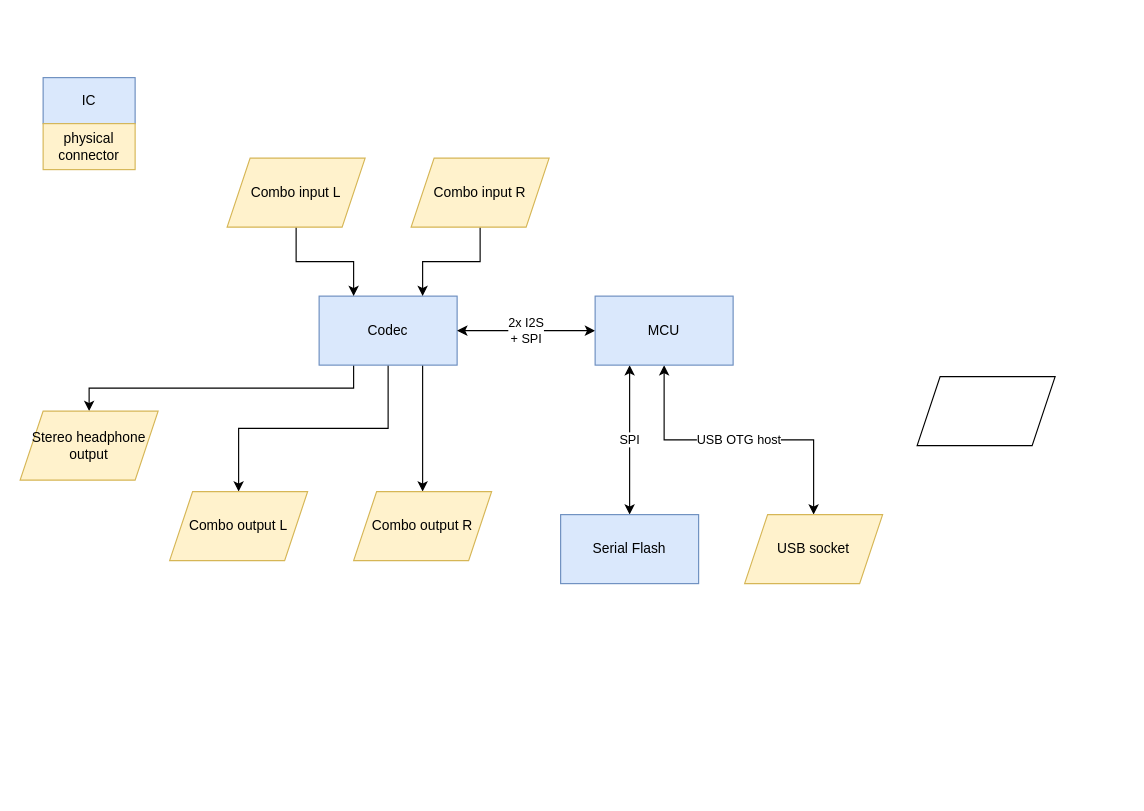
giacomo-ascari/busy-toad keeps this draw.io diagram as system.drawio. Above is the earlier version. Source tidied: cells renumbered, new cells numbered last; positions are measured from the earlier drawing's top-left corner, leaving out a move shared by most shapes. Both pictures are drawn from the tidied source at 115%, with x=0, y=0 at pixel (20, 77).
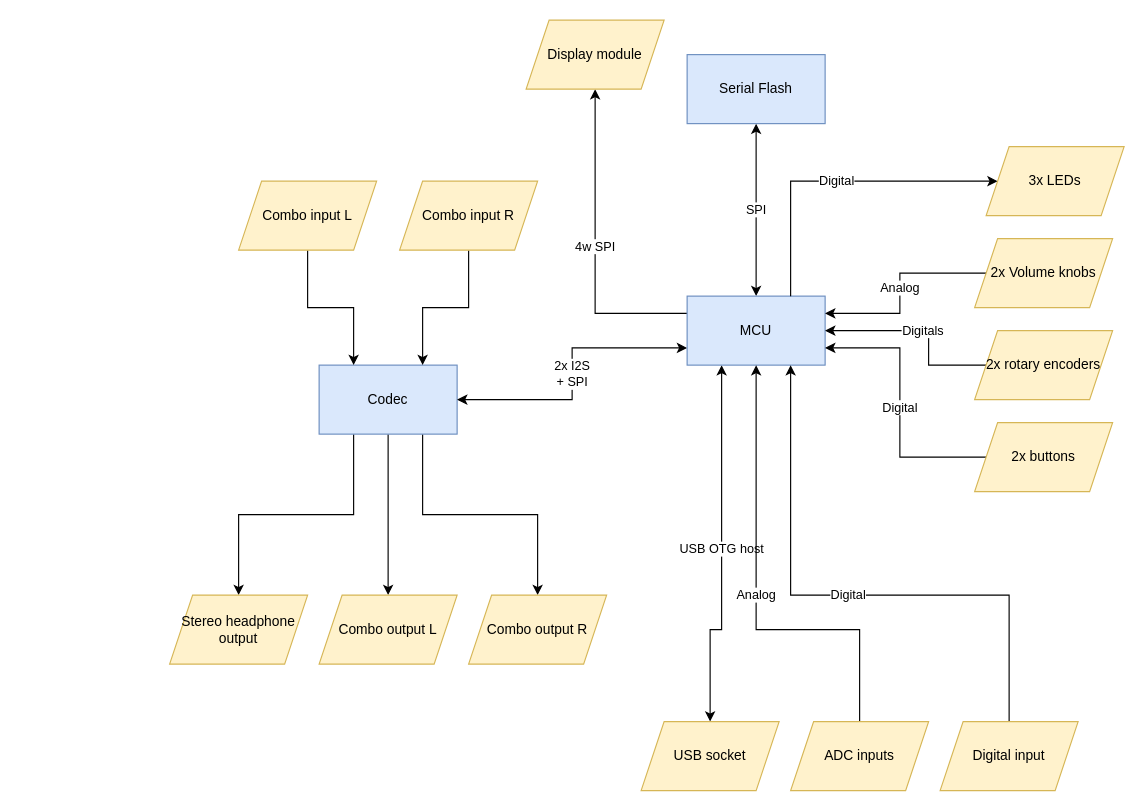
After the change.

Change to the diagram source:
```diff
@@
     <mxCell id="5" value="Codec" style="rounded=0;whiteSpace=wrap;html=1;fillColor=#dae8fc;strokeColor=#6c8ebf;" parent="1" vertex="1">
-      <mxGeometry x="260" y="190" width="120" height="60" as="geometry" />
+      <mxGeometry x="260" y="250" width="120" height="60" as="geometry" />
     </mxCell>
-    <mxCell id="6" value="2x I2S&lt;div&gt;+ SPI&lt;/div&gt;" style="edgeStyle=orthogonalEdgeStyle;rounded=0;jettySize=auto;html=1;exitX=0;exitY=0.5;exitDx=0;exitDy=0;entryX=1;entryY=0.5;entryDx=0;entryDy=0;startArrow=classic;startFill=1;" parent="1" edge="1" source="9" target="5">
+    <mxCell id="6" value="2x I2S&lt;div&gt;+ SPI&lt;/div&gt;" style="edgeStyle=orthogonalEdgeStyle;rounded=0;jettySize=auto;html=1;exitX=0;exitY=0.75;exitDx=0;exitDy=0;entryX=1;entryY=0.5;entryDx=0;entryDy=0;startArrow=classic;startFill=1;" parent="1" edge="1" source="9" target="5">
       <mxGeometry relative="1" as="geometry" />
     </mxCell>
-    <mxCell id="7" value="SPI" style="edgeStyle=orthogonalEdgeStyle;rounded=0;jettySize=auto;html=1;exitX=0.25;exitY=1;exitDx=0;exitDy=0;entryX=0.5;entryY=0;entryDx=0;entryDy=0;startArrow=classic;startFill=1;" parent="1" edge="1" source="9" target="10">
+    <mxCell id="7" value="SPI" style="edgeStyle=orthogonalEdgeStyle;rounded=0;jettySize=auto;html=1;entryX=0.5;entryY=1;entryDx=0;entryDy=0;startArrow=classic;startFill=1;exitX=0.5;exitY=0;exitDx=0;exitDy=0;" parent="1" edge="1" source="9" target="10">
       <mxGeometry relative="1" as="geometry" />
     </mxCell>
-    <mxCell id="8" value="USB OTG host" style="edgeStyle=orthogonalEdgeStyle;rounded=0;jettySize=auto;html=1;exitX=0.5;exitY=1;exitDx=0;exitDy=0;entryX=0.5;entryY=0;entryDx=0;entryDy=0;startArrow=classic;startFill=1;" parent="1" edge="1" source="9" target="18">
-      <mxGeometry relative="1" as="geometry" />
+    <mxCell id="8" value="USB OTG host" style="edgeStyle=orthogonalEdgeStyle;rounded=0;jettySize=auto;html=1;exitX=0.25;exitY=1;exitDx=0;exitDy=0;entryX=0.5;entryY=0;entryDx=0;entryDy=0;startArrow=classic;startFill=1;" parent="1" edge="1" source="9" target="18">
+      <mxGeometry relative="1" as="geometry">
+        <Array as="points">
+          <mxPoint x="610" y="480" />
+          <mxPoint x="600" y="480" />
+        </Array>
+      </mxGeometry>
     </mxCell>
+    <mxCell id="22" value="4w SPI" style="edgeStyle=orthogonalEdgeStyle;rounded=0;jettySize=auto;html=1;exitX=0;exitY=0.25;exitDx=0;exitDy=0;entryX=0.5;entryY=1;entryDx=0;entryDy=0;" parent="1" edge="1" source="9" target="24">
+      <mxGeometry relative="1" as="geometry" />
+    </mxCell>
     <mxCell id="9" value="MCU" style="rounded=0;whiteSpace=wrap;html=1;fillColor=#dae8fc;strokeColor=#6c8ebf;" parent="1" vertex="1">
-      <mxGeometry x="500" y="190" width="120" height="60" as="geometry" />
+      <mxGeometry x="580" y="190" width="120" height="60" as="geometry" />
     </mxCell>
     <mxCell id="10" value="Serial Flash" style="rounded=0;whiteSpace=wrap;html=1;fillColor=#dae8fc;strokeColor=#6c8ebf;" parent="1" vertex="1">
-      <mxGeometry x="470" y="380" width="120" height="60" as="geometry" />
+      <mxGeometry x="580" y="-20" width="120" height="60" as="geometry" />
     </mxCell>
@@
     <mxCell id="12" value="Combo input R" style="shape=parallelogram;perimeter=parallelogramPerimeter;whiteSpace=wrap;html=1;fixedSize=1;fillColor=#fff2cc;strokeColor=#d6b656;" parent="1" vertex="1">
-      <mxGeometry x="340" y="70" width="120" height="60" as="geometry" />
+      <mxGeometry x="330" y="90" width="120" height="60" as="geometry" />
     </mxCell>
@@
     <mxCell id="14" value="Combo input L" style="shape=parallelogram;perimeter=parallelogramPerimeter;whiteSpace=wrap;html=1;fixedSize=1;fillColor=#fff2cc;strokeColor=#d6b656;" parent="1" vertex="1">
-      <mxGeometry x="180" y="70" width="120" height="60" as="geometry" />
+      <mxGeometry x="190" y="90" width="120" height="60" as="geometry" />
     </mxCell>
     <mxCell id="15" value="Combo output L" style="shape=parallelogram;perimeter=parallelogramPerimeter;whiteSpace=wrap;html=1;fixedSize=1;fillColor=#fff2cc;strokeColor=#d6b656;" parent="1" vertex="1">
-      <mxGeometry x="130" y="360" width="120" height="60" as="geometry" />
+      <mxGeometry x="260" y="450" width="120" height="60" as="geometry" />
     </mxCell>
     <mxCell id="16" value="Combo output R" style="shape=parallelogram;perimeter=parallelogramPerimeter;whiteSpace=wrap;html=1;fixedSize=1;fillColor=#fff2cc;strokeColor=#d6b656;" parent="1" vertex="1">
-      <mxGeometry x="290" y="360" width="120" height="60" as="geometry" />
+      <mxGeometry x="390" y="450" width="120" height="60" as="geometry" />
     </mxCell>
     <mxCell id="17" value="Stereo headphone output" style="shape=parallelogram;perimeter=parallelogramPerimeter;whiteSpace=wrap;html=1;fixedSize=1;fillColor=#fff2cc;strokeColor=#d6b656;" parent="1" vertex="1">
-      <mxGeometry y="290" width="120" height="60" as="geometry" />
+      <mxGeometry x="130" y="450" width="120" height="60" as="geometry" />
     </mxCell>
     <mxCell id="18" value="USB socket" style="shape=parallelogram;perimeter=parallelogramPerimeter;whiteSpace=wrap;html=1;fixedSize=1;fillColor=#fff2cc;strokeColor=#d6b656;" parent="1" vertex="1">
-      <mxGeometry x="630" y="380" width="120" height="60" as="geometry" />
+      <mxGeometry x="540" y="560" width="120" height="60" as="geometry" />
     </mxCell>
+    <mxCell id="23" value="Analog" style="edgeStyle=orthogonalEdgeStyle;rounded=0;jettySize=auto;html=1;exitX=0.5;exitY=0;exitDx=0;exitDy=0;entryX=0.5;entryY=1;entryDx=0;entryDy=0;" parent="1" edge="1" source="19" target="9">
+      <mxGeometry relative="1" as="geometry">
+        <Array as="points">
+          <mxPoint x="730" y="480" />
+          <mxPoint x="640" y="480" />
+        </Array>
+      </mxGeometry>
+    </mxCell>
-    <mxCell id="19" style="shape=parallelogram;perimeter=parallelogramPerimeter;whiteSpace=wrap;html=1;fixedSize=1;" parent="1" vertex="1">
-      <mxGeometry x="780" y="260" width="120" height="60" as="geometry" />
+    <mxCell id="19" value="ADC inputs" style="shape=parallelogram;perimeter=parallelogramPerimeter;whiteSpace=wrap;html=1;fixedSize=1;fillColor=#fff2cc;strokeColor=#d6b656;" parent="1" vertex="1">
+      <mxGeometry x="670" y="560" width="120" height="60" as="geometry" />
     </mxCell>
-    <mxCell id="20" value="IC" style="rounded=0;whiteSpace=wrap;html=1;fillColor=#dae8fc;strokeColor=#6c8ebf;" parent="1" vertex="1">
-      <mxGeometry x="20" width="80" height="40" as="geometry" />
-    </mxCell>
-    <mxCell id="21" value="physical connector" style="rounded=0;whiteSpace=wrap;html=1;fillColor=#fff2cc;strokeColor=#d6b656;" parent="1" vertex="1">
-      <mxGeometry x="20" y="40" width="80" height="40" as="geometry" />
-    </mxCell>
+    <mxCell id="24" value="Display module" style="shape=parallelogram;perimeter=parallelogramPerimeter;whiteSpace=wrap;html=1;fixedSize=1;fillColor=#fff2cc;strokeColor=#d6b656;" parent="1" vertex="1">
+      <mxGeometry x="440" y="-50" width="120" height="60" as="geometry" />
+    </mxCell>
+    <mxCell id="25" value="Digital" style="edgeStyle=orthogonalEdgeStyle;rounded=0;jettySize=auto;html=1;exitX=0;exitY=0.5;exitDx=0;exitDy=0;entryX=0.75;entryY=0;entryDx=0;entryDy=0;startArrow=classic;startFill=1;endArrow=none;endFill=0;" parent="1" edge="1" source="26" target="9">
+      <mxGeometry relative="1" as="geometry" />
+    </mxCell>
+    <mxCell id="26" value="3x LEDs" style="shape=parallelogram;perimeter=parallelogramPerimeter;whiteSpace=wrap;html=1;fixedSize=1;fillColor=#fff2cc;strokeColor=#d6b656;" parent="1" vertex="1">
+      <mxGeometry x="840" y="60" width="120" height="60" as="geometry" />
+    </mxCell>
+    <mxCell id="27" value="Digital" style="edgeStyle=orthogonalEdgeStyle;rounded=0;jettySize=auto;html=1;exitX=0.5;exitY=0;exitDx=0;exitDy=0;entryX=0.75;entryY=1;entryDx=0;entryDy=0;" parent="1" edge="1" source="28" target="9">
+      <mxGeometry relative="1" as="geometry">
+        <Array as="points">
+          <mxPoint x="860" y="450" />
+          <mxPoint x="670" y="450" />
+        </Array>
+      </mxGeometry>
+    </mxCell>
+    <mxCell id="28" value="Digital input" style="shape=parallelogram;perimeter=parallelogramPerimeter;whiteSpace=wrap;html=1;fixedSize=1;fillColor=#fff2cc;strokeColor=#d6b656;" parent="1" vertex="1">
+      <mxGeometry x="800" y="560" width="120" height="60" as="geometry" />
+    </mxCell>
+    <mxCell id="29" value="Analog" style="edgeStyle=orthogonalEdgeStyle;rounded=0;jettySize=auto;html=1;exitX=0;exitY=0.5;exitDx=0;exitDy=0;entryX=1;entryY=0.25;entryDx=0;entryDy=0;" parent="1" edge="1" source="30" target="9">
+      <mxGeometry relative="1" as="geometry" />
+    </mxCell>
+    <mxCell id="30" value="2x Volume knobs" style="shape=parallelogram;perimeter=parallelogramPerimeter;whiteSpace=wrap;html=1;fixedSize=1;fillColor=#fff2cc;strokeColor=#d6b656;" parent="1" vertex="1">
+      <mxGeometry x="830" y="140" width="120" height="60" as="geometry" />
+    </mxCell>
+    <mxCell id="31" value="Digitals" style="edgeStyle=orthogonalEdgeStyle;rounded=0;jettySize=auto;html=1;exitX=0;exitY=0.5;exitDx=0;exitDy=0;entryX=1;entryY=0.5;entryDx=0;entryDy=0;" parent="1" edge="1" source="32" target="9">
+      <mxGeometry relative="1" as="geometry">
+        <Array as="points">
+          <mxPoint x="790" y="250" />
+          <mxPoint x="790" y="220" />
+        </Array>
+      </mxGeometry>
+    </mxCell>
+    <mxCell id="32" value="2x rotary encoders" style="shape=parallelogram;perimeter=parallelogramPerimeter;whiteSpace=wrap;html=1;fixedSize=1;fillColor=#fff2cc;strokeColor=#d6b656;" parent="1" vertex="1">
+      <mxGeometry x="830" y="220" width="120" height="60" as="geometry" />
+    </mxCell>
+    <mxCell id="33" value="Digital" style="edgeStyle=orthogonalEdgeStyle;rounded=0;jettySize=auto;html=1;exitX=0;exitY=0.5;exitDx=0;exitDy=0;entryX=1;entryY=0.75;entryDx=0;entryDy=0;" parent="1" edge="1" source="34" target="9">
+      <mxGeometry relative="1" as="geometry" />
+    </mxCell>
+    <mxCell id="34" value="2x buttons" style="shape=parallelogram;perimeter=parallelogramPerimeter;whiteSpace=wrap;html=1;fixedSize=1;fillColor=#fff2cc;strokeColor=#d6b656;" parent="1" vertex="1">
+      <mxGeometry x="830" y="300" width="120" height="60" as="geometry" />
+    </mxCell>
```
